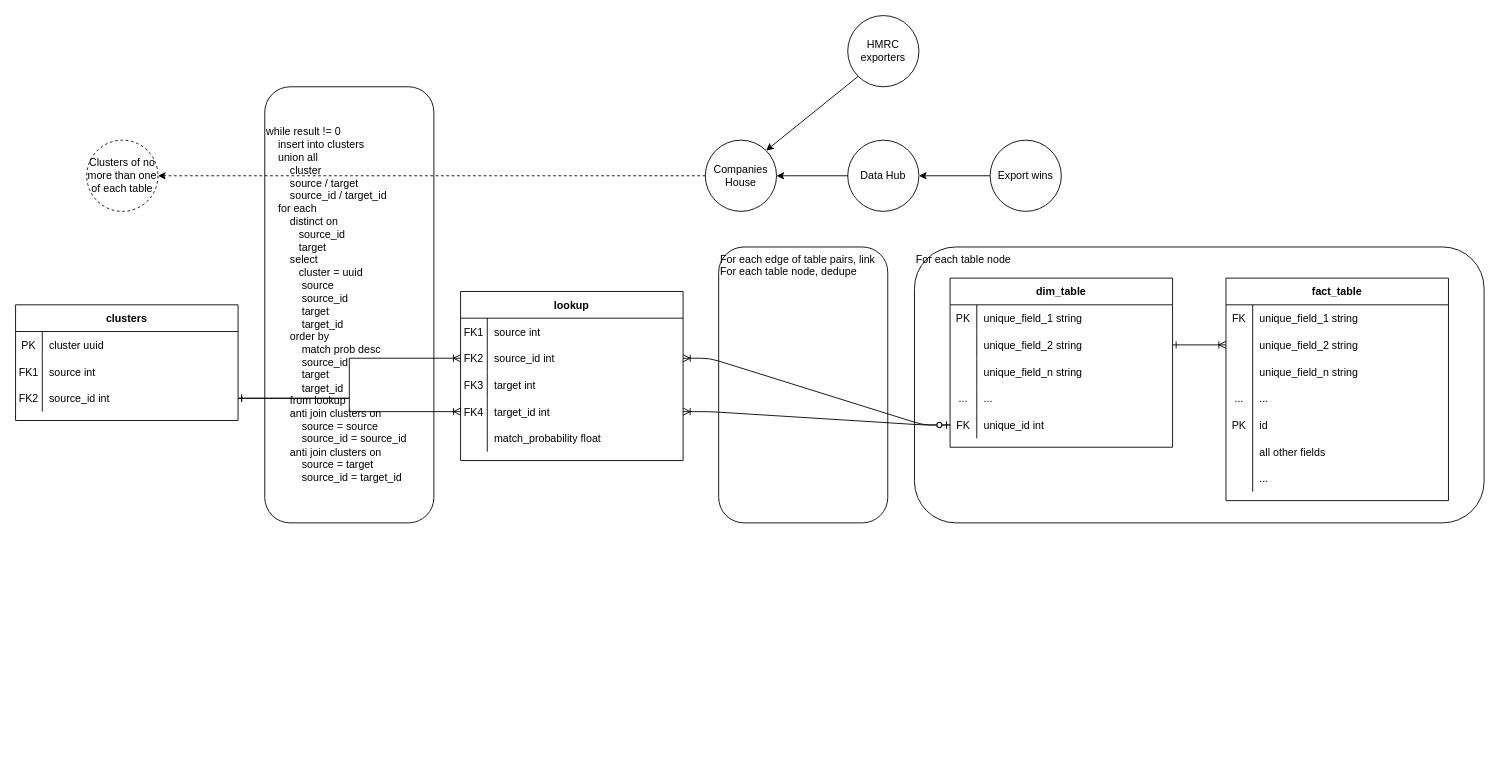
Earlier version of the draw.io diagram src/visualisation/company_matching_erg.drawio (will-langdale/matchbox). Source tidied: cells renumbered, new cells numbered last; positions are measured from the earlier drawing's top-left corner, leaving out a move shared by most shapes. Both pictures are drawn from the tidied source at 89%, with x=0, y=0 at pixel (15, 15).
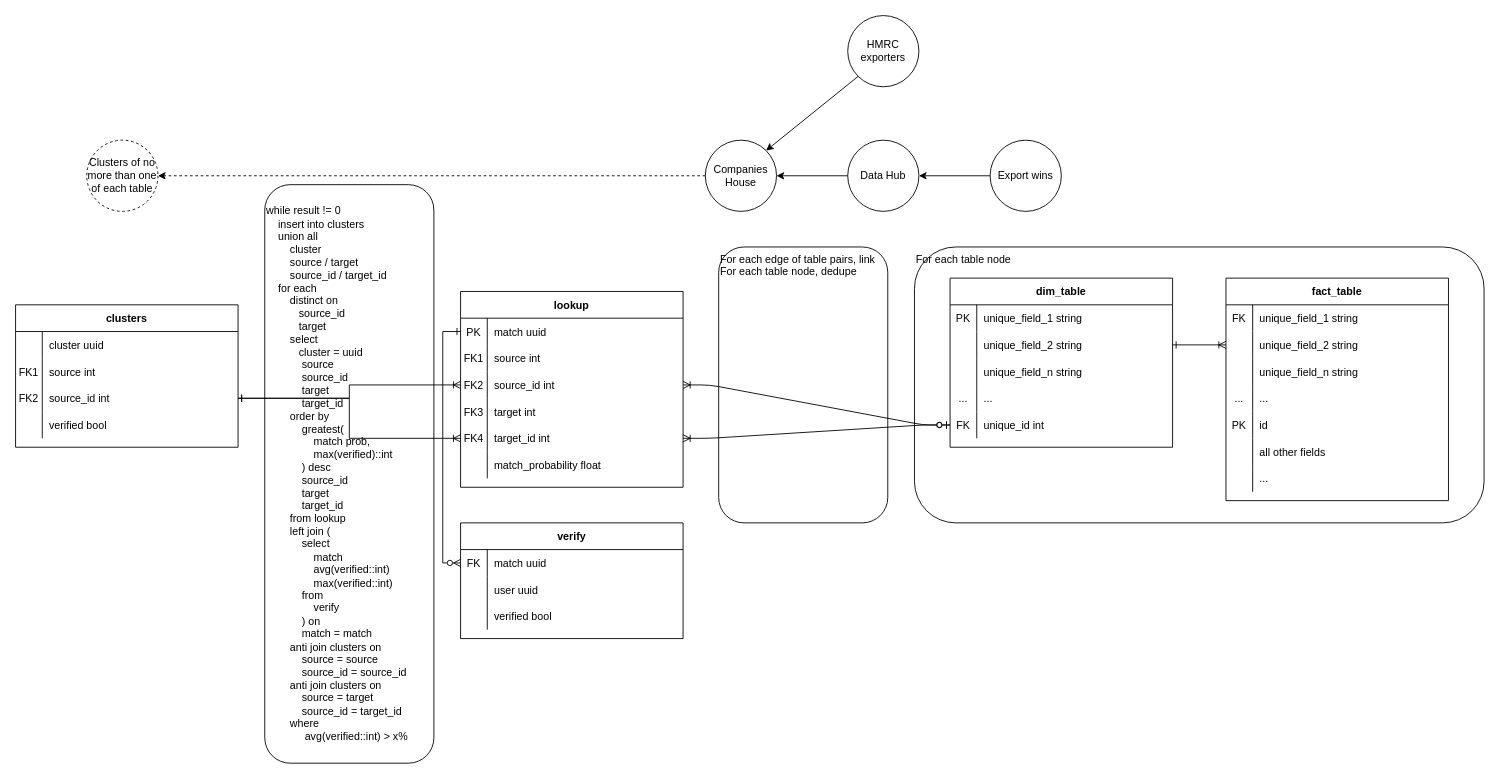
The same page after the edit.

Unchanged cells that the change refers to:
```xml
<mxCell id="61" style="shape=partialRectangle;fillColor=none;top=0;left=0;right=0;bottom=0;" parent="60" vertex="1">
  <mxGeometry y="30" width="250" height="30" as="geometry" />
</mxCell>
```

What changed in the source:
```diff
@@
     <mxCell id="20" value="lookup" style="shape=table;startSize=30;childLayout=tableLayout;rowLines=0;fontStyle=1;align=center;" parent="1" vertex="1">
-      <mxGeometry x="500" y="310" width="250" height="190" as="geometry" />
+      <mxGeometry x="500" y="310" width="250" height="220" as="geometry" />
     </mxCell>
+    <mxCell id="83" style="shape=partialRectangle;fillColor=none;points=[[0,0.5],[1,0.5]];portConstraint=eastwest;top=0;left=0;right=0;bottom=0;" parent="20" vertex="1">
+      <mxGeometry y="30" width="250" height="30" as="geometry" />
+    </mxCell>
+    <mxCell id="84" value="PK" style="shape=partialRectangle;overflow=hidden;fillColor=none;top=0;left=0;bottom=0;right=0;" parent="83" vertex="1">
+      <mxGeometry width="30" height="30" as="geometry" />
+    </mxCell>
+    <mxCell id="85" value="match uuid" style="shape=partialRectangle;overflow=hidden;fillColor=none;top=0;left=0;bottom=0;right=0;align=left;spacingLeft=6;" parent="83" vertex="1">
+      <mxGeometry x="30" width="220" height="30" as="geometry" />
+    </mxCell>
     <mxCell id="21" style="shape=partialRectangle;fillColor=none;top=0;left=0;right=0;bottom=0;" parent="20" vertex="1">
-      <mxGeometry y="30" width="250" height="30" as="geometry" />
+      <mxGeometry y="60" width="250" height="30" as="geometry" />
     </mxCell>
@@
     <mxCell id="24" style="shape=partialRectangle;fillColor=none;points=[[0,0.5],[1,0.5]];portConstraint=eastwest;top=0;left=0;right=0;bottom=0;" parent="20" vertex="1">
-      <mxGeometry y="60" width="250" height="30" as="geometry" />
+      <mxGeometry y="90" width="250" height="30" as="geometry" />
     </mxCell>
@@
     <mxCell id="27" style="shape=partialRectangle;fillColor=none;top=0;left=0;right=0;bottom=0;" parent="20" vertex="1">
-      <mxGeometry y="90" width="250" height="30" as="geometry" />
+      <mxGeometry y="120" width="250" height="30" as="geometry" />
     </mxCell>
@@
     <mxCell id="30" style="shape=partialRectangle;fillColor=none;points=[[0,0.5],[1,0.5]];portConstraint=eastwest;top=0;left=0;right=0;bottom=0;" parent="20" vertex="1">
-      <mxGeometry y="120" width="250" height="30" as="geometry" />
+      <mxGeometry y="150" width="250" height="30" as="geometry" />
     </mxCell>
@@
     <mxCell id="33" style="shape=partialRectangle;fillColor=none;top=0;left=0;right=0;bottom=0;" parent="20" vertex="1">
-      <mxGeometry y="150" width="250" height="30" as="geometry" />
+      <mxGeometry y="180" width="250" height="30" as="geometry" />
     </mxCell>
@@
     <mxCell id="60" value="clusters" style="shape=table;startSize=30;childLayout=tableLayout;rowLines=0;fontStyle=1;align=center;" parent="1" vertex="1">
-      <mxGeometry y="325" width="250" height="130" as="geometry" />
+      <mxGeometry y="325" width="250" height="160" as="geometry" />
     </mxCell>
@@
-    <mxCell id="62" value="PK" style="shape=partialRectangle;overflow=hidden;fillColor=none;top=0;left=0;bottom=0;right=0;" parent="61" vertex="1">
+    <mxCell id="62" style="shape=partialRectangle;overflow=hidden;fillColor=none;top=0;left=0;bottom=0;right=0;" parent="61" vertex="1">
       <mxGeometry width="30" height="30" as="geometry" />
     </mxCell>
@@
+    <mxCell id="86" style="shape=partialRectangle;fillColor=none;top=0;left=0;right=0;bottom=0;" parent="60" vertex="1">
+      <mxGeometry y="120" width="250" height="30" as="geometry" />
+    </mxCell>
+    <mxCell id="87" style="shape=partialRectangle;overflow=hidden;fillColor=none;top=0;left=0;bottom=0;right=0;" parent="86" vertex="1">
+      <mxGeometry width="30" height="30" as="geometry" />
+    </mxCell>
+    <mxCell id="88" value="verified bool" style="shape=partialRectangle;overflow=hidden;fillColor=none;top=0;left=0;bottom=0;right=0;align=left;spacingLeft=6;" parent="86" vertex="1">
+      <mxGeometry x="30" width="220" height="30" as="geometry" />
+    </mxCell>
@@
-    <mxCell id="82" value="while result != 0&lt;br&gt;&amp;nbsp; &amp;nbsp; insert into clusters&lt;br&gt;&amp;nbsp; &amp;nbsp; union all&lt;br&gt;&amp;nbsp; &amp;nbsp; &amp;nbsp; &amp;nbsp; cluster&lt;br&gt;&amp;nbsp; &amp;nbsp; &amp;nbsp; &amp;nbsp; source / target&lt;br&gt;&amp;nbsp; &amp;nbsp; &amp;nbsp; &amp;nbsp; source_id / target_id&lt;br&gt;&amp;nbsp; &amp;nbsp; for each&lt;br&gt;&amp;nbsp; &amp;nbsp; &amp;nbsp; &amp;nbsp; distinct on&lt;br&gt;&lt;span style=&quot;&quot;&gt;&lt;/span&gt;&amp;nbsp; &amp;nbsp; &amp;nbsp; &amp;nbsp; &amp;nbsp; &amp;nbsp;source_id&lt;br&gt;&lt;span style=&quot;&quot;&gt;&lt;/span&gt;&amp;nbsp; &amp;nbsp; &amp;nbsp; &amp;nbsp; &amp;nbsp; &amp;nbsp;target&lt;br&gt;&amp;nbsp; &amp;nbsp; &amp;nbsp; &amp;nbsp; select&lt;br&gt;&amp;nbsp; &amp;nbsp; &amp;nbsp; &amp;nbsp; &amp;nbsp; &amp;nbsp;cluster = uuid&lt;br&gt;&lt;span style=&quot;&quot;&gt;&lt;/span&gt;&amp;nbsp; &amp;nbsp; &amp;nbsp; &amp;nbsp; &amp;nbsp; &amp;nbsp; source&lt;br&gt;&lt;span style=&quot;&quot;&gt;&lt;/span&gt;&amp;nbsp; &amp;nbsp; &amp;nbsp; &amp;nbsp; &amp;nbsp; &amp;nbsp; source_id&lt;br&gt;&lt;span style=&quot;&quot;&gt;&lt;/span&gt;&amp;nbsp; &amp;nbsp; &amp;nbsp; &amp;nbsp; &amp;nbsp; &amp;nbsp; target&lt;br&gt;&lt;span style=&quot;&quot;&gt;&lt;/span&gt;&amp;nbsp; &amp;nbsp; &amp;nbsp; &amp;nbsp; &amp;nbsp; &amp;nbsp; target_id&lt;br&gt;&amp;nbsp; &amp;nbsp; &amp;nbsp; &amp;nbsp; order by &lt;br&gt;&lt;span style=&quot;&quot;&gt;&lt;/span&gt;&amp;nbsp; &amp;nbsp; &amp;nbsp; &amp;nbsp; &amp;nbsp; &amp;nbsp; match prob desc&lt;br&gt;&lt;span style=&quot;&quot;&gt;&lt;/span&gt;&amp;nbsp; &amp;nbsp; &amp;nbsp; &amp;nbsp; &amp;nbsp; &amp;nbsp; source_id&lt;br&gt;&lt;span style=&quot;&quot;&gt;&lt;/span&gt;&amp;nbsp; &amp;nbsp; &amp;nbsp; &amp;nbsp; &amp;nbsp; &amp;nbsp; target&lt;br&gt;&lt;span style=&quot;&quot;&gt;&lt;/span&gt;&amp;nbsp; &amp;nbsp; &amp;nbsp; &amp;nbsp; &amp;nbsp; &amp;nbsp; target_id&lt;br&gt;&amp;nbsp; &amp;nbsp; &amp;nbsp; &amp;nbsp; from lookup&lt;br&gt;&amp;nbsp; &amp;nbsp; &amp;nbsp; &amp;nbsp; anti join clusters on&lt;br&gt;&lt;span style=&quot;&quot;&gt;&lt;/span&gt;&amp;nbsp; &amp;nbsp; &amp;nbsp; &amp;nbsp; &amp;nbsp; &amp;nbsp; source = source&lt;br&gt;&lt;span style=&quot;&quot;&gt;&lt;/span&gt;&amp;nbsp; &amp;nbsp; &amp;nbsp; &amp;nbsp; &amp;nbsp; &amp;nbsp; source_id = source_id&#9;&lt;br&gt;&amp;nbsp; &amp;nbsp; &amp;nbsp; &amp;nbsp; anti join clusters on&lt;br&gt;&amp;nbsp; &amp;nbsp; &amp;nbsp; &amp;nbsp; &amp;nbsp; &amp;nbsp; source = target&lt;br&gt;&amp;nbsp; &amp;nbsp; &amp;nbsp; &amp;nbsp; &amp;nbsp; &amp;nbsp; source_id = target_id" style="rounded=1;whiteSpace=wrap;html=1;fillColor=none;verticalAlign=middle;align=left;" parent="1" vertex="1">
-      <mxGeometry x="280" y="80" width="190" height="490" as="geometry" />
+    <mxCell id="82" value="while result != 0&lt;br&gt;&amp;nbsp; &amp;nbsp; insert into clusters&lt;br&gt;&amp;nbsp; &amp;nbsp; union all&lt;br&gt;&amp;nbsp; &amp;nbsp; &amp;nbsp; &amp;nbsp; cluster&lt;br&gt;&amp;nbsp; &amp;nbsp; &amp;nbsp; &amp;nbsp; source / target&lt;br&gt;&amp;nbsp; &amp;nbsp; &amp;nbsp; &amp;nbsp; source_id / target_id&lt;br&gt;&amp;nbsp; &amp;nbsp; for each&lt;br&gt;&amp;nbsp; &amp;nbsp; &amp;nbsp; &amp;nbsp; distinct on&lt;br&gt;&lt;span style=&quot;&quot;&gt;&lt;/span&gt;&amp;nbsp; &amp;nbsp; &amp;nbsp; &amp;nbsp; &amp;nbsp; &amp;nbsp;source_id&lt;br&gt;&lt;span style=&quot;&quot;&gt;&lt;/span&gt;&amp;nbsp; &amp;nbsp; &amp;nbsp; &amp;nbsp; &amp;nbsp; &amp;nbsp;target&lt;br&gt;&amp;nbsp; &amp;nbsp; &amp;nbsp; &amp;nbsp; select&lt;br&gt;&amp;nbsp; &amp;nbsp; &amp;nbsp; &amp;nbsp; &amp;nbsp; &amp;nbsp;cluster = uuid&lt;br&gt;&lt;span style=&quot;&quot;&gt;&lt;/span&gt;&amp;nbsp; &amp;nbsp; &amp;nbsp; &amp;nbsp; &amp;nbsp; &amp;nbsp; source&lt;br&gt;&lt;span style=&quot;&quot;&gt;&lt;/span&gt;&amp;nbsp; &amp;nbsp; &amp;nbsp; &amp;nbsp; &amp;nbsp; &amp;nbsp; source_id&lt;br&gt;&lt;span style=&quot;&quot;&gt;&lt;/span&gt;&amp;nbsp; &amp;nbsp; &amp;nbsp; &amp;nbsp; &amp;nbsp; &amp;nbsp; target&lt;br&gt;&lt;span style=&quot;&quot;&gt;&lt;/span&gt;&amp;nbsp; &amp;nbsp; &amp;nbsp; &amp;nbsp; &amp;nbsp; &amp;nbsp; target_id&lt;br&gt;&amp;nbsp; &amp;nbsp; &amp;nbsp; &amp;nbsp; order by &lt;br&gt;&lt;span style=&quot;&quot;&gt;&lt;/span&gt;&amp;nbsp; &amp;nbsp; &amp;nbsp; &amp;nbsp; &amp;nbsp; &amp;nbsp; greatest(&lt;br&gt;&amp;nbsp; &amp;nbsp; &amp;nbsp; &amp;nbsp; &amp;nbsp; &amp;nbsp; &amp;nbsp; &amp;nbsp; match prob,&lt;br&gt;&amp;nbsp; &amp;nbsp; &amp;nbsp; &amp;nbsp; &amp;nbsp; &amp;nbsp; &amp;nbsp; &amp;nbsp; max(verified)::int&lt;br&gt;&amp;nbsp; &amp;nbsp; &amp;nbsp; &amp;nbsp; &amp;nbsp; &amp;nbsp; ) desc&lt;br&gt;&lt;span style=&quot;&quot;&gt;&lt;/span&gt;&amp;nbsp; &amp;nbsp; &amp;nbsp; &amp;nbsp; &amp;nbsp; &amp;nbsp; source_id&lt;br&gt;&lt;span style=&quot;&quot;&gt;&lt;/span&gt;&amp;nbsp; &amp;nbsp; &amp;nbsp; &amp;nbsp; &amp;nbsp; &amp;nbsp; target&lt;br&gt;&lt;span style=&quot;&quot;&gt;&lt;/span&gt;&amp;nbsp; &amp;nbsp; &amp;nbsp; &amp;nbsp; &amp;nbsp; &amp;nbsp; target_id&lt;br&gt;&amp;nbsp; &amp;nbsp; &amp;nbsp; &amp;nbsp; from lookup&lt;br&gt;&amp;nbsp; &amp;nbsp; &amp;nbsp; &amp;nbsp; left join (&lt;br&gt;&amp;nbsp; &amp;nbsp; &amp;nbsp; &amp;nbsp; &amp;nbsp; &amp;nbsp; select&lt;br&gt;&amp;nbsp; &amp;nbsp; &amp;nbsp; &amp;nbsp; &amp;nbsp; &amp;nbsp; &amp;nbsp; &amp;nbsp; match&lt;br&gt;&amp;nbsp; &amp;nbsp; &amp;nbsp; &amp;nbsp; &amp;nbsp; &amp;nbsp; &amp;nbsp; &amp;nbsp; avg(verified::int)&lt;br&gt;&amp;nbsp; &amp;nbsp; &amp;nbsp; &amp;nbsp; &amp;nbsp; &amp;nbsp; &amp;nbsp; &amp;nbsp; max(verified::int)&lt;br&gt;&amp;nbsp; &amp;nbsp; &amp;nbsp; &amp;nbsp; &amp;nbsp; &amp;nbsp; from &lt;br&gt;&amp;nbsp; &amp;nbsp; &amp;nbsp; &amp;nbsp; &amp;nbsp; &amp;nbsp; &amp;nbsp; &amp;nbsp; verify&lt;br&gt;&amp;nbsp; &amp;nbsp; &amp;nbsp; &amp;nbsp; &amp;nbsp; &amp;nbsp; ) on&lt;br style=&quot;border-color: var(--border-color);&quot;&gt;&amp;nbsp; &amp;nbsp; &amp;nbsp; &amp;nbsp; &amp;nbsp; &amp;nbsp; match = match&lt;br&gt;&amp;nbsp; &amp;nbsp; &amp;nbsp; &amp;nbsp; anti join clusters on&lt;br&gt;&lt;span style=&quot;&quot;&gt;&lt;/span&gt;&amp;nbsp; &amp;nbsp; &amp;nbsp; &amp;nbsp; &amp;nbsp; &amp;nbsp; source = source&lt;br&gt;&lt;span style=&quot;&quot;&gt;&lt;/span&gt;&amp;nbsp; &amp;nbsp; &amp;nbsp; &amp;nbsp; &amp;nbsp; &amp;nbsp; source_id = source_id&#9;&lt;br&gt;&amp;nbsp; &amp;nbsp; &amp;nbsp; &amp;nbsp; anti join clusters on&lt;br&gt;&amp;nbsp; &amp;nbsp; &amp;nbsp; &amp;nbsp; &amp;nbsp; &amp;nbsp; source = target&lt;br&gt;&amp;nbsp; &amp;nbsp; &amp;nbsp; &amp;nbsp; &amp;nbsp; &amp;nbsp; source_id = target_id&lt;br&gt;&amp;nbsp; &amp;nbsp; &amp;nbsp; &amp;nbsp; where&lt;br&gt;&amp;nbsp; &amp;nbsp; &amp;nbsp; &amp;nbsp; &amp;nbsp; &amp;nbsp;&amp;nbsp;&amp;nbsp;avg(verified::int) &amp;gt; x%" style="rounded=1;whiteSpace=wrap;html=1;fillColor=none;verticalAlign=middle;align=left;" parent="1" vertex="1">
+      <mxGeometry x="280" y="190" width="190" height="650" as="geometry" />
     </mxCell>
+    <mxCell id="89" value="verify" style="shape=table;startSize=30;childLayout=tableLayout;rowLines=0;fontStyle=1;align=center;" parent="1" vertex="1">
+      <mxGeometry x="500" y="570" width="250" height="130" as="geometry" />
+    </mxCell>
+    <mxCell id="90" style="shape=partialRectangle;fillColor=none;points=[[0,0.5],[1,0.5]];portConstraint=eastwest;top=0;left=0;right=0;bottom=0;" parent="89" vertex="1">
+      <mxGeometry y="30" width="250" height="30" as="geometry" />
+    </mxCell>
+    <mxCell id="91" value="FK" style="shape=partialRectangle;overflow=hidden;fillColor=none;top=0;left=0;bottom=0;right=0;" parent="90" vertex="1">
+      <mxGeometry width="30" height="30" as="geometry" />
+    </mxCell>
+    <mxCell id="92" value="match uuid" style="shape=partialRectangle;overflow=hidden;fillColor=none;top=0;left=0;bottom=0;right=0;align=left;spacingLeft=6;" parent="90" vertex="1">
+      <mxGeometry x="30" width="220" height="30" as="geometry" />
+    </mxCell>
+    <mxCell id="93" style="shape=partialRectangle;fillColor=none;top=0;left=0;right=0;bottom=0;" parent="89" vertex="1">
+      <mxGeometry y="60" width="250" height="30" as="geometry" />
+    </mxCell>
+    <mxCell id="94" style="shape=partialRectangle;overflow=hidden;fillColor=none;top=0;left=0;bottom=0;right=0;" parent="93" vertex="1">
+      <mxGeometry width="30" height="30" as="geometry" />
+    </mxCell>
+    <mxCell id="95" value="user uuid" style="shape=partialRectangle;overflow=hidden;fillColor=none;top=0;left=0;bottom=0;right=0;align=left;spacingLeft=6;" parent="93" vertex="1">
+      <mxGeometry x="30" width="220" height="30" as="geometry" />
+    </mxCell>
+    <mxCell id="96" style="shape=partialRectangle;fillColor=none;top=0;left=0;right=0;bottom=0;" parent="89" vertex="1">
+      <mxGeometry y="90" width="250" height="30" as="geometry" />
+    </mxCell>
+    <mxCell id="97" style="shape=partialRectangle;overflow=hidden;fillColor=none;top=0;left=0;bottom=0;right=0;" parent="96" vertex="1">
+      <mxGeometry width="30" height="30" as="geometry" />
+    </mxCell>
+    <mxCell id="98" value="verified bool" style="shape=partialRectangle;overflow=hidden;fillColor=none;top=0;left=0;bottom=0;right=0;align=left;spacingLeft=6;" parent="96" vertex="1">
+      <mxGeometry x="30" width="220" height="30" as="geometry" />
+    </mxCell>
+    <mxCell id="99" style="edgeStyle=orthogonalEdgeStyle;rounded=0;jettySize=auto;html=1;exitX=0;exitY=0.5;exitDx=0;exitDy=0;entryX=0;entryY=0.5;entryDx=0;entryDy=0;startArrow=ERone;startFill=0;endArrow=ERzeroToMany;endFill=0;" parent="1" edge="1" source="83" target="90">
+      <mxGeometry relative="1" as="geometry" />
+    </mxCell>
```
